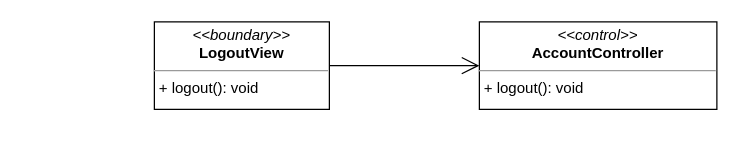
nguyenphamvan/datn_20202 keeps this draw.io diagram as class diagram/logout-class.diagram.drawio. Above is the earlier version. Source tidied: cells renumbered, new cells numbered last; positions are measured from the earlier drawing's top-left corner, leaving out a move shared by most shapes. Both pictures are drawn from the tidied source at 125%, with x=0, y=0 at pixel (154, 21).
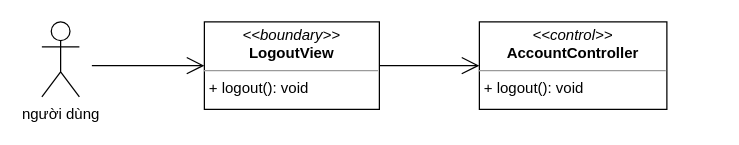
The same diagram, later.

Change to the diagram source:
```diff
@@
 <mxGraphModel>
   <root>
     <mxCell id="0" />
     <mxCell id="1" parent="0" />
     <mxCell id="2" value="&lt;p style=&quot;margin: 0px ; margin-top: 4px ; text-align: center&quot;&gt;&lt;i&gt;&amp;lt;&amp;lt;boundary&amp;gt;&amp;gt;&lt;/i&gt;&lt;br&gt;&lt;b&gt;LogoutView&lt;/b&gt;&lt;/p&gt;&lt;hr size=&quot;1&quot;&gt;&lt;p style=&quot;margin: 0px ; margin-left: 4px&quot;&gt;&lt;/p&gt;&lt;p style=&quot;margin: 0px ; margin-left: 4px&quot;&gt;+ logout(): void&lt;br&gt;&lt;/p&gt;" style="verticalAlign=top;align=left;overflow=fill;fontSize=12;fontFamily=Helvetica;html=1;" parent="1" vertex="1">
-      <mxGeometry width="140" height="70" as="geometry" />
+      <mxGeometry x="40" width="140" height="70" as="geometry" />
     </mxCell>
     <mxCell id="3" value="&lt;p style=&quot;margin: 0px ; margin-top: 4px ; text-align: center&quot;&gt;&lt;i&gt;&amp;lt;&amp;lt;control&amp;gt;&amp;gt;&lt;/i&gt;&lt;br&gt;&lt;b&gt;AccountController&lt;/b&gt;&lt;/p&gt;&lt;hr size=&quot;1&quot;&gt;&lt;p style=&quot;margin: 0px ; margin-left: 4px&quot;&gt;&lt;span&gt;+ logout(): void&lt;/span&gt;&lt;/p&gt;" style="verticalAlign=top;align=left;overflow=fill;fontSize=12;fontFamily=Helvetica;html=1;" parent="1" vertex="1">
-      <mxGeometry x="260" width="190" height="70" as="geometry" />
+      <mxGeometry x="260" width="150" height="70" as="geometry" />
     </mxCell>
     <mxCell id="4" style="endArrow=open;endFill=1;endSize=12;html=1;" parent="1" edge="1" source="2" target="3">
       <mxGeometry relative="1" as="geometry" />
     </mxCell>
+    <mxCell id="5" value="người dùng" style="shape=umlActor;verticalLabelPosition=bottom;verticalAlign=top;html=1;" parent="1" vertex="1">
+      <mxGeometry x="-90" width="30" height="60" as="geometry" />
+    </mxCell>
+    <mxCell id="6" style="endArrow=open;endFill=1;endSize=12;html=1;" parent="1" edge="1" target="2">
+      <mxGeometry relative="1" as="geometry">
+        <mxPoint x="-50" y="35" as="sourcePoint" />
+      </mxGeometry>
+    </mxCell>
   </root>
 </mxGraphModel>
```
